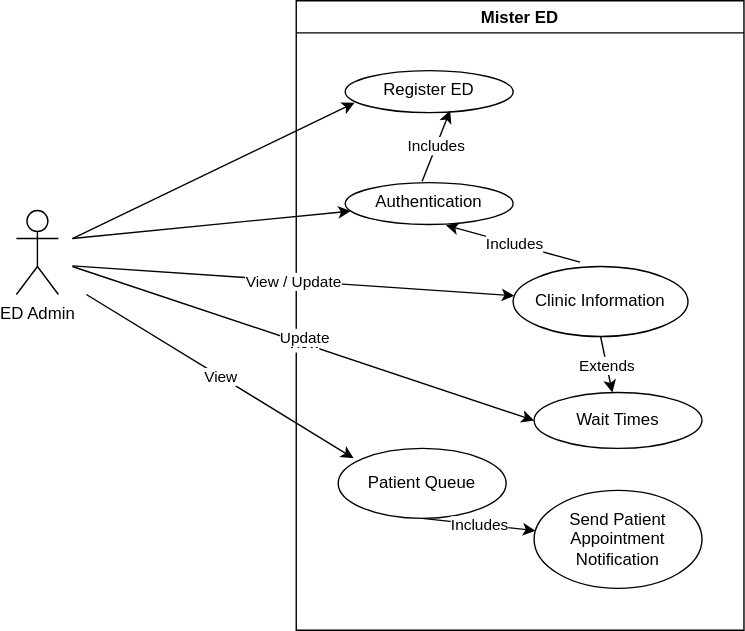
SENG-350-2024-fall/Team10 keeps this draw.io diagram as EDAdminUseCase.svg. Above is the earlier version. Source tidied: cells renumbered, new cells last; positions are measured from the earlier drawing's top-left corner, leaving out a move shared by most shapes. Source of this version:
```xml
<mxGraphModel>
  <root>
    <mxCell id="0" />
    <mxCell id="1" parent="0" />
    <mxCell id="2" value="ED Admin" style="shape=umlActor;verticalLabelPosition=bottom;verticalAlign=top;html=1;" parent="1" vertex="1">
      <mxGeometry y="150" width="30" height="60" as="geometry" />
    </mxCell>
    <mxCell id="3" value="Mister ED" style="swimlane;" parent="1" vertex="1">
      <mxGeometry x="200" width="320" height="450" as="geometry" />
    </mxCell>
    <mxCell id="4" value="Register ED" style="ellipse;whiteSpace=wrap;html=1;verticalAlign=top;" parent="3" vertex="1">
      <mxGeometry x="35" y="50" width="120" height="30" as="geometry" />
    </mxCell>
    <mxCell id="5" value="Authentication" style="ellipse;whiteSpace=wrap;html=1;verticalAlign=top;" parent="3" vertex="1">
      <mxGeometry x="35" y="130" width="120" height="30" as="geometry" />
    </mxCell>
    <mxCell id="6" style="endArrow=classic;html=1;rounded=0;entryX=0.625;entryY=0.95;entryDx=0;entryDy=0;entryPerimeter=0;" parent="3" edge="1" target="4">
      <mxGeometry relative="1" as="geometry">
        <mxPoint x="90" y="129" as="sourcePoint" />
      </mxGeometry>
    </mxCell>
    <mxCell id="7" value="Includes" style="edgeLabel;html=1;align=center;verticalAlign=middle;" parent="6" vertex="1">
      <mxGeometry relative="1" as="geometry" />
    </mxCell>
    <mxCell id="8" value="Clinic Information" style="ellipse;whiteSpace=wrap;html=1;" parent="3" vertex="1">
      <mxGeometry x="155" y="190" width="125" height="50" as="geometry" />
    </mxCell>
    <mxCell id="9" style="endArrow=classic;html=1;rounded=0;entryX=0.6;entryY=1.017;entryDx=0;entryDy=0;entryPerimeter=0;exitX=0.383;exitY=-0.062;exitDx=0;exitDy=0;exitPerimeter=0;" parent="3" edge="1" source="8" target="5">
      <mxGeometry relative="1" as="geometry" />
    </mxCell>
    <mxCell id="10" value="Includes" style="edgeLabel;html=1;align=center;verticalAlign=middle;" parent="9" vertex="1">
      <mxGeometry relative="1" as="geometry" />
    </mxCell>
    <mxCell id="11" style="endArrow=classic;html=1;rounded=0;exitX=0.5;exitY=1;exitDx=0;exitDy=0;" parent="3" edge="1" source="8">
      <mxGeometry relative="1" as="geometry">
        <mxPoint x="226" y="280" as="targetPoint" />
      </mxGeometry>
    </mxCell>
    <mxCell id="12" value="Extends" style="edgeLabel;html=1;align=center;verticalAlign=middle;" parent="11" vertex="1">
      <mxGeometry relative="1" as="geometry" />
    </mxCell>
    <mxCell id="13" value="Wait Times" style="ellipse;whiteSpace=wrap;html=1;" parent="3" vertex="1">
      <mxGeometry x="170" y="280" width="120" height="40" as="geometry" />
    </mxCell>
    <mxCell id="14" value="Patient Queue" style="ellipse;whiteSpace=wrap;html=1;" parent="3" vertex="1">
      <mxGeometry x="30" y="320" width="120" height="50" as="geometry" />
    </mxCell>
    <mxCell id="15" style="endArrow=classic;html=1;rounded=0;" parent="3" edge="1">
      <mxGeometry relative="1" as="geometry">
        <mxPoint x="-150" y="210" as="sourcePoint" />
        <mxPoint x="41" y="327" as="targetPoint" />
      </mxGeometry>
    </mxCell>
    <mxCell id="16" value="View" style="edgeLabel;html=1;align=center;verticalAlign=middle;" parent="15" vertex="1">
      <mxGeometry relative="1" as="geometry" />
    </mxCell>
    <mxCell id="17" value="Send Patient Appointment Notification" style="ellipse;whiteSpace=wrap;html=1;" parent="3" vertex="1">
      <mxGeometry x="170" y="350" width="120" height="70" as="geometry" />
    </mxCell>
    <mxCell id="18" style="endArrow=classic;html=1;rounded=0;exitX=0.5;exitY=1;exitDx=0;exitDy=0;" parent="3" edge="1" source="14" target="17">
      <mxGeometry relative="1" as="geometry" />
    </mxCell>
    <mxCell id="19" value="Includes" style="edgeLabel;html=1;align=center;verticalAlign=middle;" parent="18" vertex="1">
      <mxGeometry relative="1" as="geometry" />
    </mxCell>
    <mxCell id="20" style="endArrow=classic;html=1;rounded=0;" parent="1" edge="1" target="8">
      <mxGeometry relative="1" as="geometry">
        <mxPoint x="40" y="189.5" as="sourcePoint" />
      </mxGeometry>
    </mxCell>
    <mxCell id="21" value="View / Update" style="edgeLabel;html=1;align=center;verticalAlign=middle;" parent="20" vertex="1">
      <mxGeometry relative="1" as="geometry" />
    </mxCell>
    <mxCell id="22" style="endArrow=classic;html=1;rounded=0;entryX=0;entryY=0.5;entryDx=0;entryDy=0;" parent="1" edge="1" target="13">
      <mxGeometry relative="1" as="geometry">
        <mxPoint x="40" y="190" as="sourcePoint" />
      </mxGeometry>
    </mxCell>
    <mxCell id="23" value="View" style="edgeLabel;html=1;align=center;verticalAlign=middle;" parent="22" vertex="1">
      <mxGeometry relative="1" as="geometry" />
    </mxCell>
    <mxCell id="24" value="Update" style="edgeLabel;html=1;align=center;verticalAlign=middle;" parent="22" vertex="1">
      <mxGeometry y="4" relative="1" as="geometry" />
    </mxCell>
    <mxCell id="25" style="endArrow=classic;html=1;rounded=0;entryX=0.056;entryY=0.765;entryDx=0;entryDy=0;entryPerimeter=0;" parent="1" edge="1" target="4">
      <mxGeometry relative="1" as="geometry">
        <mxPoint x="40" y="170" as="sourcePoint" />
      </mxGeometry>
    </mxCell>
    <mxCell id="26" style="endArrow=classic;html=1;rounded=0;" parent="1" edge="1" target="5">
      <mxGeometry relative="1" as="geometry">
        <mxPoint x="40" y="170" as="sourcePoint" />
      </mxGeometry>
    </mxCell>
  </root>
</mxGraphModel>
```
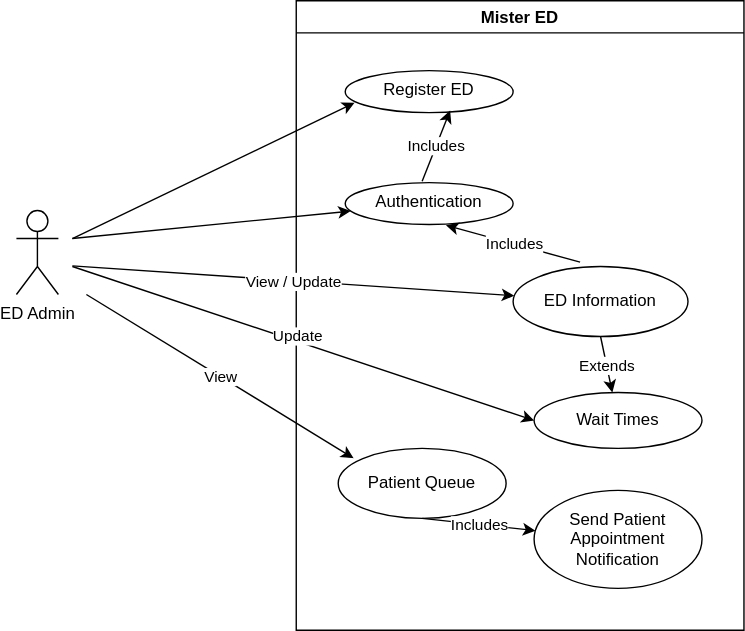
Above is the later version.

Change to the diagram source:
```diff
@@ -22,7 +22,7 @@
     <mxCell id="7" value="Includes" style="edgeLabel;html=1;align=center;verticalAlign=middle;" parent="6" vertex="1">
       <mxGeometry relative="1" as="geometry" />
     </mxCell>
-    <mxCell id="8" value="Clinic Information" style="ellipse;whiteSpace=wrap;html=1;" parent="3" vertex="1">
+    <mxCell id="8" value="ED Information" style="ellipse;whiteSpace=wrap;html=1;" parent="3" vertex="1">
       <mxGeometry x="155" y="190" width="125" height="50" as="geometry" />
     </mxCell>
     <mxCell id="9" style="endArrow=classic;html=1;rounded=0;entryX=0.6;entryY=1.017;entryDx=0;entryDy=0;entryPerimeter=0;exitX=0.383;exitY=-0.062;exitDx=0;exitDy=0;exitPerimeter=0;" parent="3" edge="1" source="8" target="5">
@@ -76,11 +76,10 @@
         <mxPoint x="40" y="190" as="sourcePoint" />
       </mxGeometry>
     </mxCell>
-    <mxCell id="23" value="View" style="edgeLabel;html=1;align=center;verticalAlign=middle;" parent="22" vertex="1">
-      <mxGeometry relative="1" as="geometry" />
-    </mxCell>
     <mxCell id="24" value="Update" style="edgeLabel;html=1;align=center;verticalAlign=middle;" parent="22" vertex="1">
-      <mxGeometry y="4" relative="1" as="geometry" />
+      <mxGeometry y="4" relative="1" as="geometry">
+        <mxPoint x="-5" y="-1" as="offset" />
+      </mxGeometry>
     </mxCell>
     <mxCell id="25" style="endArrow=classic;html=1;rounded=0;entryX=0.056;entryY=0.765;entryDx=0;entryDy=0;entryPerimeter=0;" parent="1" edge="1" target="4">
       <mxGeometry relative="1" as="geometry">
```
